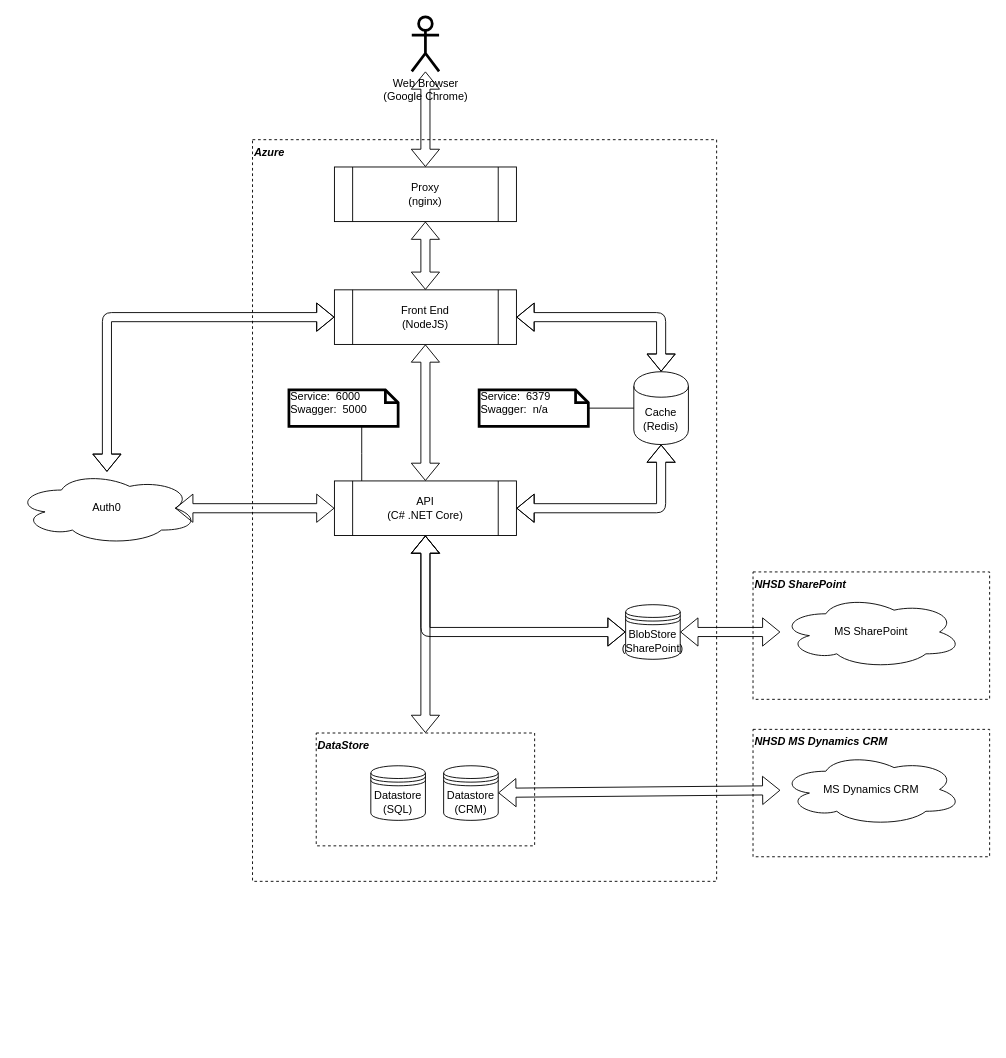
Earlier version of the draw.io diagram NHS-Buying-Catalog.drawio (TrevorDArcyEvans/NHSBuyingCatalogue). Source tidied: cells renumbered, new cells numbered last; positions are measured from the earlier drawing's top-left corner, leaving out a move shared by most shapes. Both pictures are drawn from the tidied source at 91%, with x=0, y=0 at pixel (15, 16).
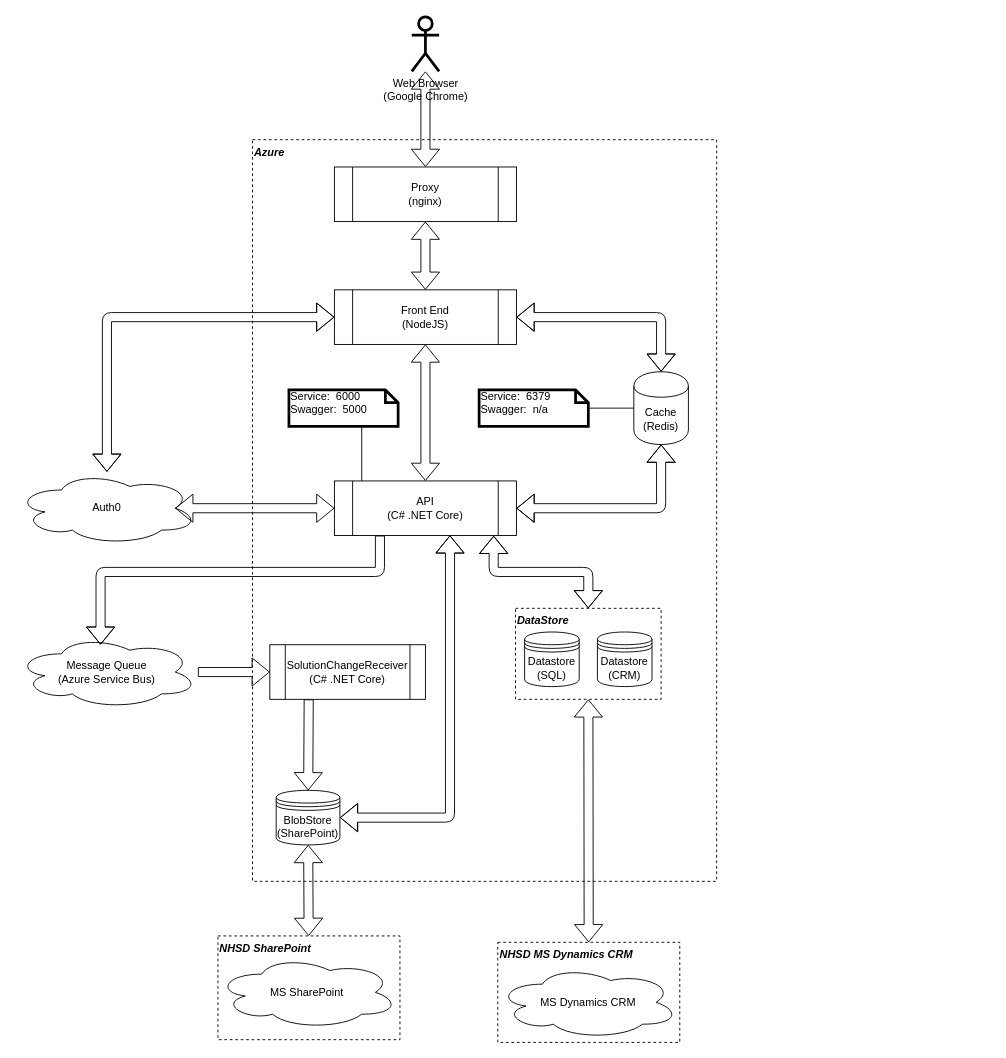
The same diagram, later.

The change refers to these unchanged cells:
```xml
<mxCell id="5" value="API&lt;br&gt;(C# .NET Core)" style="shape=process;whiteSpace=wrap;html=1;backgroundOutline=1;" parent="1" vertex="1">
  <mxGeometry x="350" y="510" width="200" height="60" as="geometry" />
</mxCell>
```

What changed in the source:
```diff
@@
+    <mxCell id="25" value="DataStore" style="rounded=0;whiteSpace=wrap;html=1;dashed=1;fillColor=none;fontStyle=3;align=left;verticalAlign=top;" parent="1" vertex="1">
+      <mxGeometry x="549" y="650" width="160" height="100" as="geometry" />
+    </mxCell>
     <mxCell id="3" value="NHSD SharePoint" style="rounded=0;whiteSpace=wrap;html=1;strokeWidth=1;fillColor=none;dashed=1;align=left;verticalAlign=top;fontStyle=3;" parent="1" vertex="1">
-      <mxGeometry x="810" y="610" width="260" height="140" as="geometry" />
+      <mxGeometry x="222" y="1010" width="200" height="114" as="geometry" />
     </mxCell>
     <mxCell id="4" value="NHSD MS Dynamics CRM" style="rounded=0;whiteSpace=wrap;html=1;strokeWidth=1;fillColor=none;dashed=1;align=left;verticalAlign=top;fontStyle=3;" parent="1" vertex="1">
-      <mxGeometry x="810" y="783" width="260" height="140" as="geometry" />
+      <mxGeometry x="529.5" y="1017" width="200" height="110" as="geometry" />
     </mxCell>
@@
-    <mxCell id="6" style="shape=flexArrow;endArrow=classic;html=1;startArrow=block;exitX=0;exitY=0.5;exitDx=0;exitDy=0;" parent="1" edge="1" source="26" target="5">
-      <mxGeometry relative="1" as="geometry">
-        <Array as="points">
-          <mxPoint x="450" y="676" />
-        </Array>
-      </mxGeometry>
+    <mxCell id="6" style="shape=flexArrow;endArrow=none;html=1;startArrow=block;entryX=0.25;entryY=1;entryDx=0;entryDy=0;startFill=0;endFill=0;" parent="1" edge="1" source="26" target="34">
+      <mxGeometry relative="1" as="geometry" />
     </mxCell>
@@
     <mxCell id="11" value="Datastore&lt;br&gt;(SQL)" style="shape=datastore;whiteSpace=wrap;html=1;" parent="1" vertex="1">
-      <mxGeometry x="390" y="823" width="60" height="60" as="geometry" />
+      <mxGeometry x="559" y="676" width="60" height="60" as="geometry" />
     </mxCell>
@@
-    <mxCell id="13" style="shape=flexArrow;endArrow=classic;html=1;startArrow=block;" parent="1" edge="1" source="25" target="5">
-      <mxGeometry relative="1" as="geometry" />
+    <mxCell id="13" style="shape=flexArrow;endArrow=classic;html=1;startArrow=block;entryX=0.875;entryY=1.004;entryDx=0;entryDy=0;entryPerimeter=0;" parent="1" edge="1" source="25" target="5">
+      <mxGeometry relative="1" as="geometry">
+        <Array as="points">
+          <mxPoint x="629" y="610" />
+          <mxPoint x="525" y="610" />
+        </Array>
+      </mxGeometry>
     </mxCell>
@@
     <mxCell id="20" value="Datastore&lt;br&gt;(CRM)" style="shape=datastore;whiteSpace=wrap;html=1;" parent="1" vertex="1">
-      <mxGeometry x="470" y="823" width="60" height="60" as="geometry" />
+      <mxGeometry x="639" y="676" width="60" height="60" as="geometry" />
     </mxCell>
@@
     <mxCell id="23" value="MS Dynamics CRM" style="ellipse;shape=cloud;whiteSpace=wrap;html=1;" parent="1" vertex="1">
-      <mxGeometry x="840" y="809" width="200" height="80" as="geometry" />
+      <mxGeometry x="528.5" y="1043" width="200" height="80" as="geometry" />
     </mxCell>
     <mxCell id="24" value="MS SharePoint" style="ellipse;shape=cloud;whiteSpace=wrap;html=1;" parent="1" vertex="1">
-      <mxGeometry x="840" y="636" width="200" height="80" as="geometry" />
+      <mxGeometry x="220" y="1032" width="200" height="80" as="geometry" />
     </mxCell>
-    <mxCell id="25" value="DataStore" style="rounded=0;whiteSpace=wrap;html=1;dashed=1;fillColor=none;fontStyle=3;align=left;verticalAlign=top;" parent="1" vertex="1">
-      <mxGeometry x="330" y="787" width="240" height="124" as="geometry" />
-    </mxCell>
     <mxCell id="26" value="BlobStore&lt;br&gt;(SharePoint)" style="shape=datastore;whiteSpace=wrap;html=1;" parent="1" vertex="1">
-      <mxGeometry x="670" y="646" width="60" height="60" as="geometry" />
+      <mxGeometry x="286" y="850" width="70" height="60" as="geometry" />
     </mxCell>
@@
-    <mxCell id="28" style="shape=flexArrow;endArrow=classic;html=1;startArrow=block;" parent="1" edge="1" source="26" target="24">
+    <mxCell id="28" style="shape=flexArrow;endArrow=classic;html=1;startArrow=block;" parent="1" edge="1" source="26" target="3">
       <mxGeometry relative="1" as="geometry" />
     </mxCell>
-    <mxCell id="29" style="edgeStyle=none;rounded=1;jettySize=auto;html=1;startArrow=block;startFill=0;endArrow=block;endFill=0;shape=flexArrow;" parent="1" edge="1" source="20" target="23">
+    <mxCell id="29" style="edgeStyle=none;rounded=1;jettySize=auto;html=1;startArrow=block;startFill=0;endArrow=block;endFill=0;shape=flexArrow;" parent="1" edge="1" source="25" target="4">
       <mxGeometry relative="1" as="geometry" />
     </mxCell>
@@
+    <mxCell id="32" value="Message Queue&lt;br&gt;(Azure Service Bus)" style="ellipse;shape=cloud;whiteSpace=wrap;html=1;" parent="1" vertex="1">
+      <mxGeometry y="680" width="200" height="80" as="geometry" />
+    </mxCell>
+    <mxCell id="33" style="shape=flexArrow;endArrow=none;html=1;startArrow=block;exitX=0.465;exitY=0.125;exitDx=0;exitDy=0;entryX=0.25;entryY=1;entryDx=0;entryDy=0;exitPerimeter=0;startFill=0;endFill=0;" parent="1" edge="1" source="32" target="5">
+      <mxGeometry relative="1" as="geometry">
+        <Array as="points">
+          <mxPoint x="93" y="610" />
+          <mxPoint x="400" y="610" />
+        </Array>
+      </mxGeometry>
+    </mxCell>
+    <mxCell id="34" value="SolutionChangeReceiver&lt;br&gt;(C# .NET Core)" style="shape=process;whiteSpace=wrap;html=1;backgroundOutline=1;" parent="1" vertex="1">
+      <mxGeometry x="279" y="690" width="171" height="60" as="geometry" />
+    </mxCell>
+    <mxCell id="35" style="shape=flexArrow;endArrow=none;html=1;startArrow=block;startFill=0;endFill=0;" parent="1" edge="1" source="34" target="32">
+      <mxGeometry relative="1" as="geometry" />
+    </mxCell>
+    <mxCell id="36" style="shape=flexArrow;endArrow=classic;html=1;startArrow=block;entryX=0.635;entryY=0.996;entryDx=0;entryDy=0;entryPerimeter=0;exitX=1;exitY=0.5;exitDx=0;exitDy=0;" parent="1" edge="1" source="26" target="5">
+      <mxGeometry relative="1" as="geometry">
+        <Array as="points">
+          <mxPoint x="477" y="880" />
+        </Array>
+      </mxGeometry>
+    </mxCell>
```
